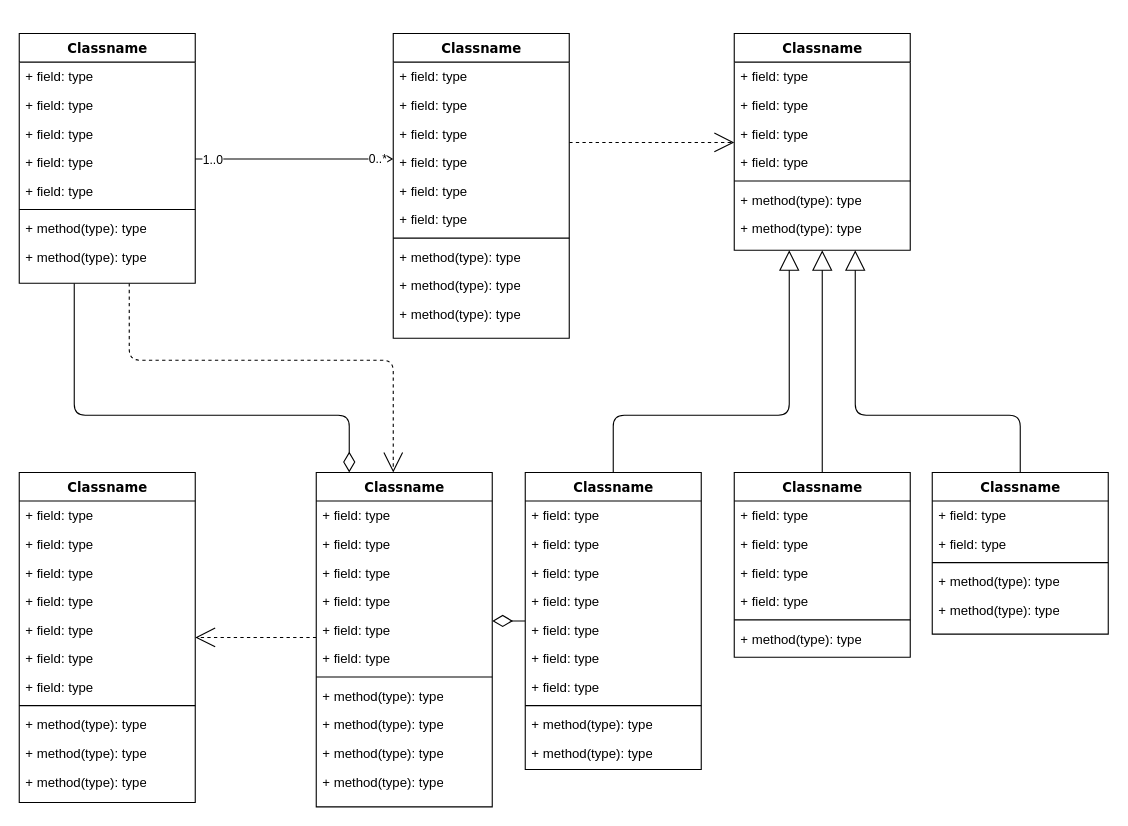
zo-sowell/test_md keeps this draw.io diagram as Diagramme sans nom.drawio. Above is the earlier version. Source tidied: cells renumbered, new cells numbered last; positions are measured from the earlier drawing's top-left corner, leaving out a move shared by most shapes. Both pictures are drawn from the tidied source at 110%, with x=0, y=0 at pixel (19, 33).
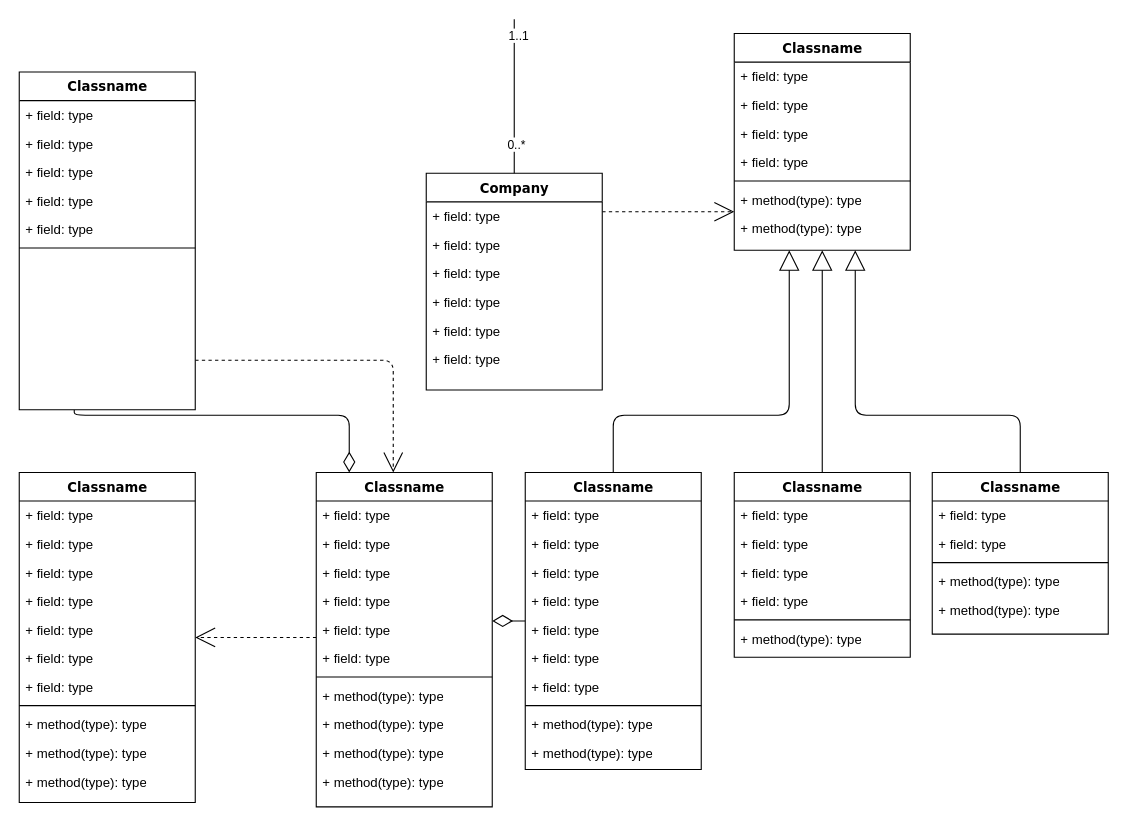
The same diagram, later.

Commit message:
Mettre à jour Diagramme sans nom.drawio

The edit, as a diff of the source:
```diff
@@
     <mxCell id="4" value="Classname" style="swimlane;html=1;fontStyle=1;align=center;verticalAlign=top;horizontal=1;startSize=26;swimlaneFillColor=#ffffff;rounded=0;shadow=0;comic=0;labelBackgroundColor=none;strokeWidth=1;fillColor=none;fontFamily=Verdana;fontSize=12;" parent="1" vertex="1">
-      <mxGeometry width="160" height="227" as="geometry" />
+      <mxGeometry y="35" width="160" height="307" as="geometry" />
     </mxCell>
@@
-    <mxCell id="11" value="+ method(type): type" style="text;html=1;strokeColor=none;fillColor=none;align=left;verticalAlign=top;spacingLeft=4;spacingRight=4;whiteSpace=wrap;overflow=hidden;" parent="4" vertex="1">
-      <mxGeometry y="164" width="160" height="26" as="geometry" />
-    </mxCell>
-    <mxCell id="12" value="+ method(type): type" style="text;html=1;strokeColor=none;fillColor=none;align=left;verticalAlign=top;spacingLeft=4;spacingRight=4;whiteSpace=wrap;overflow=hidden;" parent="4" vertex="1">
-      <mxGeometry y="190" width="160" height="26" as="geometry" />
-    </mxCell>
@@
-    <mxCell id="14" value="Classname" style="swimlane;html=1;fontStyle=1;align=center;verticalAlign=top;horizontal=1;startSize=26;swimlaneFillColor=#ffffff;rounded=0;shadow=0;comic=0;labelBackgroundColor=none;strokeWidth=1;fillColor=none;fontFamily=Verdana;fontSize=12;" parent="1" vertex="1">
-      <mxGeometry x="340" width="160" height="277" as="geometry" />
+    <mxCell id="14" value="Company" style="swimlane;html=1;fontStyle=1;align=center;verticalAlign=top;horizontal=1;startSize=26;swimlaneFillColor=#ffffff;rounded=0;shadow=0;comic=0;labelBackgroundColor=none;strokeWidth=1;fillColor=none;fontFamily=Verdana;fontSize=12;" parent="1" vertex="1">
+      <mxGeometry x="370" y="127" width="160" height="197" as="geometry" />
     </mxCell>
@@
-    <mxCell id="21" style="line;html=1;strokeWidth=1;fillColor=none;align=left;verticalAlign=middle;spacingTop=-1;spacingLeft=3;spacingRight=3;labelPosition=right;" parent="14" vertex="1">
-      <mxGeometry y="182" width="160" height="8" as="geometry" />
-    </mxCell>
-    <mxCell id="22" value="+ method(type): type" style="text;html=1;strokeColor=none;fillColor=none;align=left;verticalAlign=top;spacingLeft=4;spacingRight=4;whiteSpace=wrap;overflow=hidden;" parent="14" vertex="1">
-      <mxGeometry y="190" width="160" height="26" as="geometry" />
-    </mxCell>
-    <mxCell id="23" value="+ method(type): type" style="text;html=1;strokeColor=none;fillColor=none;align=left;verticalAlign=top;spacingLeft=4;spacingRight=4;whiteSpace=wrap;overflow=hidden;" parent="14" vertex="1">
-      <mxGeometry y="216" width="160" height="26" as="geometry" />
-    </mxCell>
-    <mxCell id="24" value="+ method(type): type" style="text;html=1;strokeColor=none;fillColor=none;align=left;verticalAlign=top;spacingLeft=4;spacingRight=4;whiteSpace=wrap;overflow=hidden;" parent="14" vertex="1">
-      <mxGeometry y="242" width="160" height="26" as="geometry" />
-    </mxCell>
@@
-    <mxCell id="86" style="edgeStyle=elbowEdgeStyle;html=1;labelBackgroundColor=none;startFill=0;startSize=8;endArrow=diamondThin;endFill=0;endSize=16;fontFamily=Verdana;fontSize=12;elbow=vertical;" parent="1" edge="1" source="4" target="14">
-      <mxGeometry relative="1" as="geometry" />
-    </mxCell>
-    <mxCell id="87" value="1..0" style="edgeLabel;html=1;align=center;verticalAlign=middle;" parent="86" vertex="1">
-      <mxGeometry x="-0.83" relative="1" as="geometry" />
-    </mxCell>
+    <mxCell id="89" style="endArrow=none;html=1;rounded=0;entryX=0.5;entryY=0;entryDx=0;entryDy=0;" parent="1" edge="1" target="14">
+      <mxGeometry relative="1" as="geometry">
+        <mxPoint x="450" y="-13" as="sourcePoint" />
+      </mxGeometry>
+    </mxCell>
-    <mxCell id="88" value="0..*" style="edgeLabel;html=1;align=center;verticalAlign=middle;" parent="86" vertex="1">
-      <mxGeometry x="0.83" y="1" relative="1" as="geometry" />
+    <mxCell id="88" value="0..*" style="edgeLabel;html=1;align=center;verticalAlign=middle;" parent="89" vertex="1">
+      <mxGeometry x="0.61" y="1" relative="1" as="geometry" />
     </mxCell>
+    <mxCell id="90" value="1..1" style="edgeLabel;html=1;align=center;verticalAlign=middle;" parent="89" vertex="1">
+      <mxGeometry x="-0.8" y="3" relative="1" as="geometry" />
+    </mxCell>
```
